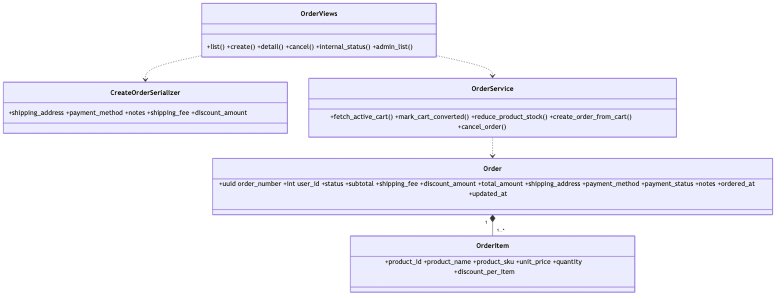
Above: docs/images/05-class-order.png in Nanyak/final_kttkpm (Mermaid), before the change. Its source is kept beside it as docs/images/05-class-order.mmd.
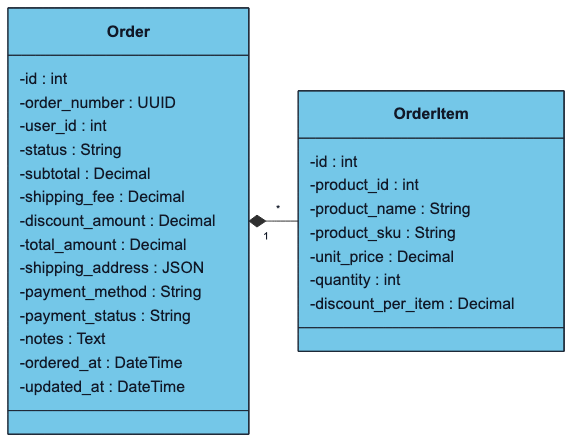
After the commit.

Diff of the diagram source:
```diff
@@ -1,10 +1,29 @@
+%%{init: {"theme": "base", "themeVariables": {"primaryColor": "#74c7e8", "primaryBorderColor": "#1f2937", "primaryTextColor": "#111827", "lineColor": "#2f2f2f", "fontFamily": "Arial"}}}%%
 classDiagram
-  class Order { +uuid order_number +int user_id +status +subtotal +shipping_fee +discount_amount +total_amount +shipping_address +payment_method +payment_status +notes +ordered_at +updated_at }
-  class OrderItem { +product_id +product_name +product_sku +unit_price +quantity +discount_per_item }
-  class CreateOrderSerializer { +shipping_address +payment_method +notes +shipping_fee +discount_amount }
-  class OrderViews { +list() +create() +detail() +cancel() +internal_status() +admin_list() }
-  class OrderService { +fetch_active_cart() +mark_cart_converted() +reduce_product_stock() +create_order_from_cart() +cancel_order() }
-  Order "1" *-- "1..*" OrderItem
-  OrderViews ..> CreateOrderSerializer
-  OrderViews ..> OrderService
-  OrderService ..> Order
+  direction LR
+  class Order {
+    -id : int
+    -order_number : UUID
+    -user_id : int
+    -status : String
+    -subtotal : Decimal
+    -shipping_fee : Decimal
+    -discount_amount : Decimal
+    -total_amount : Decimal
+    -shipping_address : JSON
+    -payment_method : String
+    -payment_status : String
+    -notes : Text
+    -ordered_at : DateTime
+    -updated_at : DateTime
+  }
+  class OrderItem {
+    -id : int
+    -product_id : int
+    -product_name : String
+    -product_sku : String
+    -unit_price : Decimal
+    -quantity : int
+    -discount_per_item : Decimal
+  }
+  Order "1" *-- "*" OrderItem
```
